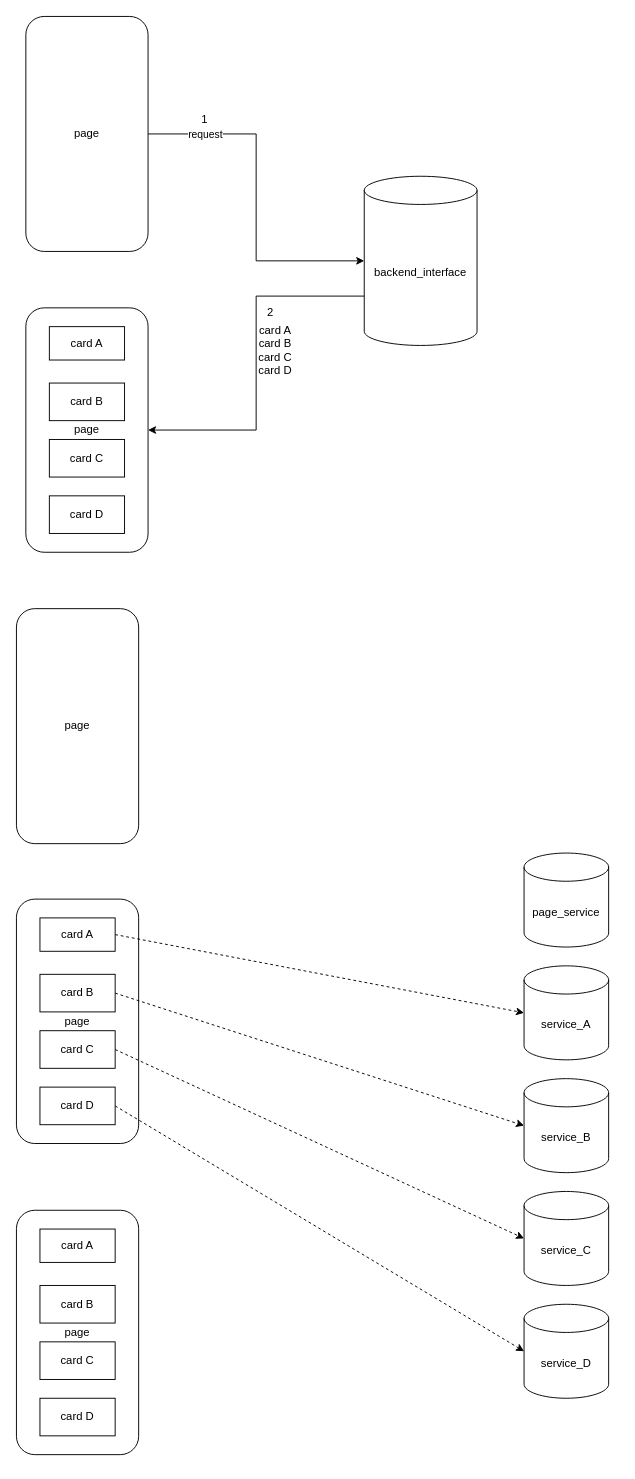
Earlier version of the draw.io diagram card_async.drawio (drholy/openstack-ubuntu-14-04). Source tidied: cells renumbered, new cells numbered last; positions are measured from the earlier drawing's top-left corner, leaving out a move shared by most shapes. Both pictures are drawn from the tidied source at 94%, with x=0, y=0 at pixel (16, 16).
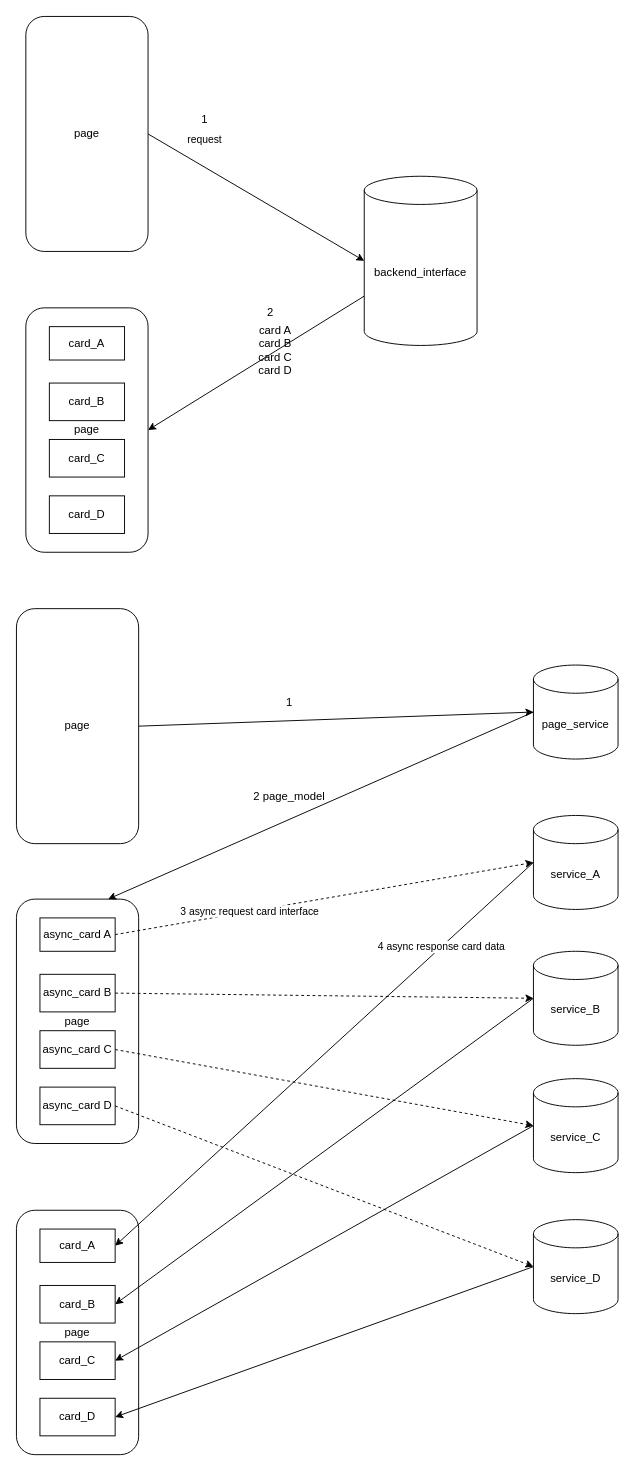
After the change.

The change refers to these unchanged cells:
```xml
<mxCell id="2" value="page" style="rounded=1;whiteSpace=wrap;html=1;" parent="1" vertex="1">
  <mxGeometry y="939" width="130" height="260" as="geometry" />
</mxCell>
<mxCell id="3" value="page" style="rounded=1;whiteSpace=wrap;html=1;" parent="1" vertex="1">
  <mxGeometry x="10" y="310" width="130" height="260" as="geometry" />
</mxCell>
<mxCell id="10" value="page" style="rounded=1;whiteSpace=wrap;html=1;" parent="1" vertex="1">
  <mxGeometry x="10" width="130" height="250" as="geometry" />
</mxCell>
<mxCell id="12" value="backend_interface" style="shape=cylinder3;whiteSpace=wrap;html=1;boundedLbl=1;backgroundOutline=1;size=15;" parent="1" vertex="1">
  <mxGeometry x="370" y="170" width="120" height="180" as="geometry" />
</mxCell>
<mxCell id="16" style="rounded=0;jettySize=auto;html=1;dashed=1;entryX=0;entryY=0.5;entryDx=0;entryDy=0;entryPerimeter=0;exitX=1;exitY=0.5;exitDx=0;exitDy=0;" parent="1" edge="1" source="29" target="21">
  <mxGeometry relative="1" as="geometry" />
</mxCell>
<mxCell id="28" value="page" style="rounded=1;whiteSpace=wrap;html=1;" parent="1" vertex="1">
  <mxGeometry y="630" width="130" height="250" as="geometry" />
</mxCell>
```

Change to the diagram source:
```diff
@@
+    <mxCell id="36" value="page" style="rounded=1;whiteSpace=wrap;html=1;" parent="1" vertex="1">
+      <mxGeometry y="1270" width="130" height="260" as="geometry" />
+    </mxCell>
@@
-    <mxCell id="4" value="card A" style="rounded=0;whiteSpace=wrap;html=1;" parent="1" vertex="1">
+    <mxCell id="4" value="card_A" style="rounded=0;whiteSpace=wrap;html=1;" parent="1" vertex="1">
       <mxGeometry x="35" y="330" width="80" height="35.5" as="geometry" />
     </mxCell>
-    <mxCell id="5" value="card B" style="rounded=0;whiteSpace=wrap;html=1;" parent="1" vertex="1">
+    <mxCell id="5" value="card_B" style="rounded=0;whiteSpace=wrap;html=1;" parent="1" vertex="1">
       <mxGeometry x="35" y="390" width="80" height="40" as="geometry" />
     </mxCell>
-    <mxCell id="6" value="card C" style="rounded=0;whiteSpace=wrap;html=1;" parent="1" vertex="1">
+    <mxCell id="6" value="card_C" style="rounded=0;whiteSpace=wrap;html=1;" parent="1" vertex="1">
       <mxGeometry x="35" y="450" width="80" height="40" as="geometry" />
     </mxCell>
-    <mxCell id="7" value="card D" style="rounded=0;whiteSpace=wrap;html=1;" parent="1" vertex="1">
+    <mxCell id="7" value="card_D" style="rounded=0;whiteSpace=wrap;html=1;" parent="1" vertex="1">
       <mxGeometry x="35" y="510" width="80" height="40" as="geometry" />
     </mxCell>
-    <mxCell id="8" style="edgeStyle=orthogonalEdgeStyle;rounded=0;jettySize=auto;html=1;exitX=1;exitY=0.5;exitDx=0;exitDy=0;entryX=0;entryY=0.5;entryDx=0;entryDy=0;entryPerimeter=0;" parent="1" edge="1" source="10" target="12">
+    <mxCell id="8" style="rounded=0;jettySize=auto;html=1;exitX=1;exitY=0.5;exitDx=0;exitDy=0;entryX=0;entryY=0.5;entryDx=0;entryDy=0;entryPerimeter=0;" parent="1" edge="1" source="10" target="12">
       <mxGeometry relative="1" as="geometry" />
     </mxCell>
     <mxCell id="9" value="request" style="edgeLabel;html=1;align=center;verticalAlign=middle;" parent="8" vertex="1">
       <mxGeometry x="-0.52" y="-1" relative="1" as="geometry">
-        <mxPoint x="-28" y="-1" as="offset" />
+        <mxPoint x="5" y="-28" as="offset" />
       </mxGeometry>
     </mxCell>
@@
-    <mxCell id="11" style="edgeStyle=orthogonalEdgeStyle;rounded=0;jettySize=auto;html=1;exitX=0;exitY=0;exitDx=0;exitDy=127.5;exitPerimeter=0;entryX=1;entryY=0.5;entryDx=0;entryDy=0;" parent="1" edge="1" source="12" target="3">
+    <mxCell id="11" style="rounded=0;jettySize=auto;html=1;exitX=0;exitY=0;exitDx=0;exitDy=127.5;exitPerimeter=0;entryX=1;entryY=0.5;entryDx=0;entryDy=0;" parent="1" edge="1" source="12" target="3">
       <mxGeometry relative="1" as="geometry" />
     </mxCell>
@@
+    <mxCell id="44" value="3 async request card interface" style="edgeLabel;html=1;align=center;verticalAlign=middle;" parent="16" vertex="1">
+      <mxGeometry x="-0.36" y="1" relative="1" as="geometry" />
+    </mxCell>
@@
+    <mxCell id="45" style="edgeStyle=none;rounded=0;jettySize=auto;html=1;exitX=0;exitY=0.5;exitDx=0;exitDy=0;exitPerimeter=0;entryX=0.75;entryY=0;entryDx=0;entryDy=0;" parent="1" edge="1" source="20" target="2">
+      <mxGeometry relative="1" as="geometry" />
+    </mxCell>
     <mxCell id="20" value="page_service" style="shape=cylinder3;whiteSpace=wrap;html=1;boundedLbl=1;backgroundOutline=1;size=15;" parent="1" vertex="1">
-      <mxGeometry x="540" y="890" width="90" height="100" as="geometry" />
+      <mxGeometry x="550" y="690" width="90" height="100" as="geometry" />
     </mxCell>
+    <mxCell id="46" style="edgeStyle=none;rounded=0;jettySize=auto;html=1;exitX=0;exitY=0.5;exitDx=0;exitDy=0;exitPerimeter=0;entryX=1;entryY=0.5;entryDx=0;entryDy=0;" parent="1" edge="1" source="21" target="37">
+      <mxGeometry relative="1" as="geometry" />
+    </mxCell>
+    <mxCell id="47" value="4 async response card data" style="edgeLabel;html=1;align=center;verticalAlign=middle;" parent="46" vertex="1">
+      <mxGeometry x="-0.56" relative="1" as="geometry" />
+    </mxCell>
     <mxCell id="21" value="service_A" style="shape=cylinder3;whiteSpace=wrap;html=1;boundedLbl=1;backgroundOutline=1;size=15;" parent="1" vertex="1">
-      <mxGeometry x="540" y="1010" width="90" height="100" as="geometry" />
+      <mxGeometry x="550" y="850" width="90" height="100" as="geometry" />
     </mxCell>
+    <mxCell id="48" style="edgeStyle=none;rounded=0;jettySize=auto;html=1;exitX=0;exitY=0.5;exitDx=0;exitDy=0;exitPerimeter=0;entryX=1;entryY=0.5;entryDx=0;entryDy=0;" parent="1" edge="1" source="22" target="38">
+      <mxGeometry relative="1" as="geometry" />
+    </mxCell>
     <mxCell id="22" value="service_B" style="shape=cylinder3;whiteSpace=wrap;html=1;boundedLbl=1;backgroundOutline=1;size=15;" parent="1" vertex="1">
-      <mxGeometry x="540" y="1130" width="90" height="100" as="geometry" />
+      <mxGeometry x="550" y="994.5" width="90" height="100" as="geometry" />
     </mxCell>
+    <mxCell id="49" style="edgeStyle=none;rounded=0;jettySize=auto;html=1;exitX=0;exitY=0.5;exitDx=0;exitDy=0;exitPerimeter=0;entryX=1;entryY=0.5;entryDx=0;entryDy=0;" parent="1" edge="1" source="23" target="39">
+      <mxGeometry relative="1" as="geometry" />
+    </mxCell>
     <mxCell id="23" value="service_C" style="shape=cylinder3;whiteSpace=wrap;html=1;boundedLbl=1;backgroundOutline=1;size=15;" parent="1" vertex="1">
-      <mxGeometry x="540" y="1250" width="90" height="100" as="geometry" />
+      <mxGeometry x="550" y="1130" width="90" height="100" as="geometry" />
     </mxCell>
+    <mxCell id="50" style="edgeStyle=none;rounded=0;jettySize=auto;html=1;exitX=0;exitY=0.5;exitDx=0;exitDy=0;exitPerimeter=0;entryX=1;entryY=0.5;entryDx=0;entryDy=0;" parent="1" edge="1" source="24" target="40">
+      <mxGeometry relative="1" as="geometry" />
+    </mxCell>
     <mxCell id="24" value="service_D" style="shape=cylinder3;whiteSpace=wrap;html=1;boundedLbl=1;backgroundOutline=1;size=15;" parent="1" vertex="1">
-      <mxGeometry x="540" y="1370" width="90" height="100" as="geometry" />
+      <mxGeometry x="550" y="1280" width="90" height="100" as="geometry" />
     </mxCell>
@@
+    <mxCell id="51" style="rounded=0;jettySize=auto;html=1;exitX=1;exitY=0.5;exitDx=0;exitDy=0;entryX=0;entryY=0.5;entryDx=0;entryDy=0;entryPerimeter=0;" parent="1" edge="1" source="28" target="20">
+      <mxGeometry relative="1" as="geometry" />
+    </mxCell>
@@
-    <mxCell id="29" value="card A" style="rounded=0;whiteSpace=wrap;html=1;" parent="1" vertex="1">
+    <mxCell id="29" value="async_card A" style="rounded=0;whiteSpace=wrap;html=1;" parent="1" vertex="1">
       <mxGeometry x="25" y="959" width="80" height="35.5" as="geometry" />
     </mxCell>
-    <mxCell id="30" value="card B" style="rounded=0;whiteSpace=wrap;html=1;" parent="1" vertex="1">
+    <mxCell id="30" value="async_card B" style="rounded=0;whiteSpace=wrap;html=1;" parent="1" vertex="1">
       <mxGeometry x="25" y="1019" width="80" height="40" as="geometry" />
     </mxCell>
-    <mxCell id="31" value="card C" style="rounded=0;whiteSpace=wrap;html=1;" parent="1" vertex="1">
+    <mxCell id="31" value="async_card C" style="rounded=0;whiteSpace=wrap;html=1;" parent="1" vertex="1">
       <mxGeometry x="25" y="1079" width="80" height="40" as="geometry" />
     </mxCell>
-    <mxCell id="32" value="card D" style="rounded=0;whiteSpace=wrap;html=1;" parent="1" vertex="1">
+    <mxCell id="32" value="async_card D" style="rounded=0;whiteSpace=wrap;html=1;" parent="1" vertex="1">
       <mxGeometry x="25" y="1139" width="80" height="40" as="geometry" />
     </mxCell>
@@
-    <mxCell id="36" value="page" style="rounded=1;whiteSpace=wrap;html=1;" parent="1" vertex="1">
-      <mxGeometry y="1270" width="130" height="260" as="geometry" />
-    </mxCell>
-    <mxCell id="37" value="card A" style="rounded=0;whiteSpace=wrap;html=1;" parent="1" vertex="1">
+    <mxCell id="37" value="card_A" style="rounded=0;whiteSpace=wrap;html=1;" parent="1" vertex="1">
       <mxGeometry x="25" y="1290" width="80" height="35.5" as="geometry" />
     </mxCell>
-    <mxCell id="38" value="card B" style="rounded=0;whiteSpace=wrap;html=1;" parent="1" vertex="1">
+    <mxCell id="38" value="card_B" style="rounded=0;whiteSpace=wrap;html=1;" parent="1" vertex="1">
       <mxGeometry x="25" y="1350" width="80" height="40" as="geometry" />
     </mxCell>
-    <mxCell id="39" value="card C" style="rounded=0;whiteSpace=wrap;html=1;" parent="1" vertex="1">
+    <mxCell id="39" value="card_C" style="rounded=0;whiteSpace=wrap;html=1;" parent="1" vertex="1">
       <mxGeometry x="25" y="1410" width="80" height="40" as="geometry" />
     </mxCell>
-    <mxCell id="40" value="card D" style="rounded=0;whiteSpace=wrap;html=1;" parent="1" vertex="1">
+    <mxCell id="40" value="card_D" style="rounded=0;whiteSpace=wrap;html=1;" parent="1" vertex="1">
       <mxGeometry x="25" y="1470" width="80" height="40" as="geometry" />
     </mxCell>
@@
+    <mxCell id="52" value="1" style="text;html=1;align=center;verticalAlign=middle;strokeColor=none;" parent="1" vertex="1">
+      <mxGeometry x="280" y="720" width="20" height="20" as="geometry" />
+    </mxCell>
+    <mxCell id="53" value="2 page_model" style="text;html=1;align=center;verticalAlign=middle;strokeColor=none;" parent="1" vertex="1">
+      <mxGeometry x="245" y="820" width="90" height="20" as="geometry" />
+    </mxCell>
```
